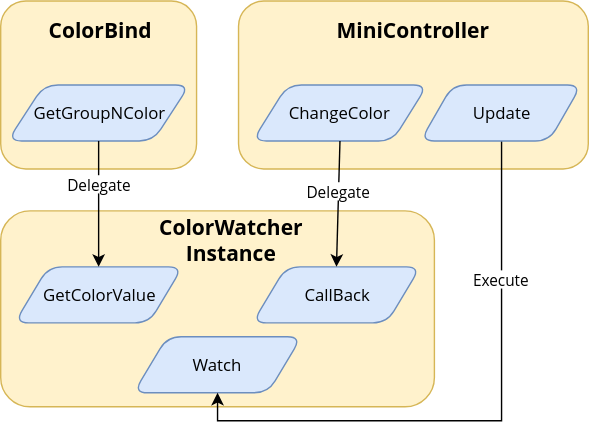
This is Watcher.svg from dr-jam/ObserverExercise, a draw.io export, as it was before one commit. Source tidied: cells renumbered, new cells last; positions are measured from the earlier drawing's top-left corner, leaving out a move shared by most shapes.
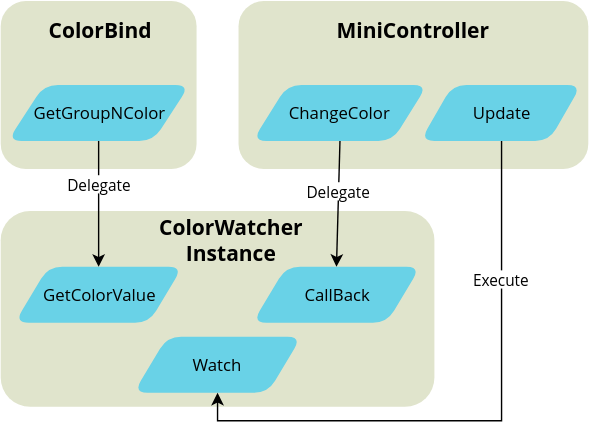
After the change.

What changed in the source:
```diff
@@ -2,25 +2,25 @@
   <root>
     <mxCell id="0" />
     <mxCell id="1" parent="0" />
-    <mxCell id="2" style="rounded=1;whiteSpace=wrap;html=1;fillColor=#fff2cc;strokeColor=#d6b656;fontFamily=Open Sans;" parent="1" vertex="1">
+    <mxCell id="2" style="rounded=1;whiteSpace=wrap;html=1;fillColor=#E0E4CC;strokeColor=none;fontFamily=Open Sans;" parent="1" vertex="1">
       <mxGeometry x="170" width="250" height="120" as="geometry" />
     </mxCell>
-    <mxCell id="3" style="rounded=1;whiteSpace=wrap;html=1;fillColor=#fff2cc;strokeColor=#d6b656;fontFamily=Open Sans;" parent="1" vertex="1">
+    <mxCell id="3" style="rounded=1;whiteSpace=wrap;html=1;fillColor=#E0E4CC;strokeColor=none;fontFamily=Open Sans;" parent="1" vertex="1">
       <mxGeometry width="140" height="120" as="geometry" />
     </mxCell>
-    <mxCell id="4" style="rounded=1;whiteSpace=wrap;html=1;fillColor=#fff2cc;strokeColor=#d6b656;fontFamily=Open Sans;" parent="1" vertex="1">
+    <mxCell id="4" style="rounded=1;whiteSpace=wrap;html=1;fillColor=#E0E4CC;strokeColor=none;fontFamily=Open Sans;" parent="1" vertex="1">
       <mxGeometry y="150" width="310" height="140" as="geometry" />
     </mxCell>
-    <mxCell id="5" value="GetColorValue" style="shape=parallelogram;perimeter=parallelogramPerimeter;whiteSpace=wrap;html=1;fillColor=#dae8fc;strokeColor=#6c8ebf;rounded=1;fontFamily=Open Sans;" parent="1" vertex="1">
+    <mxCell id="5" value="GetColorValue" style="shape=parallelogram;perimeter=parallelogramPerimeter;whiteSpace=wrap;html=1;fillColor=#69D2E7;strokeColor=none;rounded=1;fontFamily=Open Sans;" parent="1" vertex="1">
       <mxGeometry x="10" y="190" width="120" height="40" as="geometry" />
     </mxCell>
-    <mxCell id="6" value="CallBack" style="shape=parallelogram;perimeter=parallelogramPerimeter;whiteSpace=wrap;html=1;fillColor=#dae8fc;strokeColor=#6c8ebf;gradientColor=none;shadow=0;rounded=1;fontFamily=Open Sans;" parent="1" vertex="1">
+    <mxCell id="6" value="CallBack" style="shape=parallelogram;perimeter=parallelogramPerimeter;whiteSpace=wrap;html=1;fillColor=#69D2E7;strokeColor=none;gradientColor=none;shadow=0;rounded=1;fontFamily=Open Sans;" parent="1" vertex="1">
       <mxGeometry x="180" y="190" width="120" height="40" as="geometry" />
     </mxCell>
-    <mxCell id="7" value="GetGroupNColor" style="shape=parallelogram;perimeter=parallelogramPerimeter;whiteSpace=wrap;html=1;fillColor=#dae8fc;strokeColor=#6c8ebf;rounded=1;comic=0;fontFamily=Open Sans;" parent="1" vertex="1">
+    <mxCell id="7" value="GetGroupNColor" style="shape=parallelogram;perimeter=parallelogramPerimeter;whiteSpace=wrap;html=1;fillColor=#69D2E7;strokeColor=none;rounded=1;comic=0;fontFamily=Open Sans;" parent="1" vertex="1">
       <mxGeometry x="5" y="60" width="130" height="40" as="geometry" />
     </mxCell>
-    <mxCell id="8" value="ChangeColor" style="shape=parallelogram;perimeter=parallelogramPerimeter;whiteSpace=wrap;html=1;fillColor=#dae8fc;strokeColor=#6c8ebf;rounded=1;comic=0;shadow=0;fontFamily=Open Sans;" parent="1" vertex="1">
+    <mxCell id="8" value="ChangeColor" style="shape=parallelogram;perimeter=parallelogramPerimeter;whiteSpace=wrap;html=1;fillColor=#69D2E7;strokeColor=none;rounded=1;comic=0;shadow=0;fontFamily=Open Sans;" parent="1" vertex="1">
       <mxGeometry x="180" y="60" width="125" height="40" as="geometry" />
     </mxCell>
     <mxCell id="9" value="Delegate" style="endArrow=classic;html=1;exitX=0.5;exitY=1;exitDx=0;exitDy=0;entryX=0.5;entryY=0;entryDx=0;entryDy=0;fontFamily=Open Sans;" parent="1" edge="1" source="7" target="5">
@@ -32,7 +32,7 @@
     <mxCell id="11" value="Delegate" style="text;html=1;align=center;verticalAlign=middle;labelBackgroundColor=#ffffff;fontSize=11;fontFamily=Open Sans;" parent="10" vertex="1">
       <mxGeometry x="-0.22" y="-1" relative="1" as="geometry" />
     </mxCell>
-    <mxCell id="12" value="Watch" style="shape=parallelogram;perimeter=parallelogramPerimeter;whiteSpace=wrap;html=1;fillColor=#dae8fc;strokeColor=#6c8ebf;gradientColor=none;shadow=0;rounded=1;fontFamily=Open Sans;" parent="1" vertex="1">
+    <mxCell id="12" value="Watch" style="shape=parallelogram;perimeter=parallelogramPerimeter;whiteSpace=wrap;html=1;fillColor=#69D2E7;strokeColor=none;gradientColor=none;shadow=0;rounded=1;fontFamily=Open Sans;" parent="1" vertex="1">
       <mxGeometry x="95" y="240" width="120" height="40" as="geometry" />
     </mxCell>
     <mxCell id="13" value="ColorWatcher Instance" style="text;html=1;strokeColor=none;fillColor=none;align=center;verticalAlign=middle;whiteSpace=wrap;rounded=0;shadow=0;comic=0;fontFamily=Open Sans;fontSize=15;fontStyle=1;" parent="1" vertex="1">
@@ -53,7 +53,7 @@
     <mxCell id="18" value="Execute" style="text;html=1;align=center;verticalAlign=middle;labelBackgroundColor=#ffffff;fontSize=11;fontFamily=Open Sans;" parent="17" vertex="1">
       <mxGeometry x="-0.54" y="-1" relative="1" as="geometry" />
     </mxCell>
-    <mxCell id="19" value="Update" style="shape=parallelogram;perimeter=parallelogramPerimeter;whiteSpace=wrap;html=1;fillColor=#dae8fc;strokeColor=#6c8ebf;rounded=1;comic=0;shadow=0;fontFamily=Open Sans;" parent="1" vertex="1">
+    <mxCell id="19" value="Update" style="shape=parallelogram;perimeter=parallelogramPerimeter;whiteSpace=wrap;html=1;fillColor=#69D2E7;strokeColor=none;rounded=1;comic=0;shadow=0;fontFamily=Open Sans;" parent="1" vertex="1">
       <mxGeometry x="300" y="60" width="115" height="40" as="geometry" />
     </mxCell>
   </root>
```
